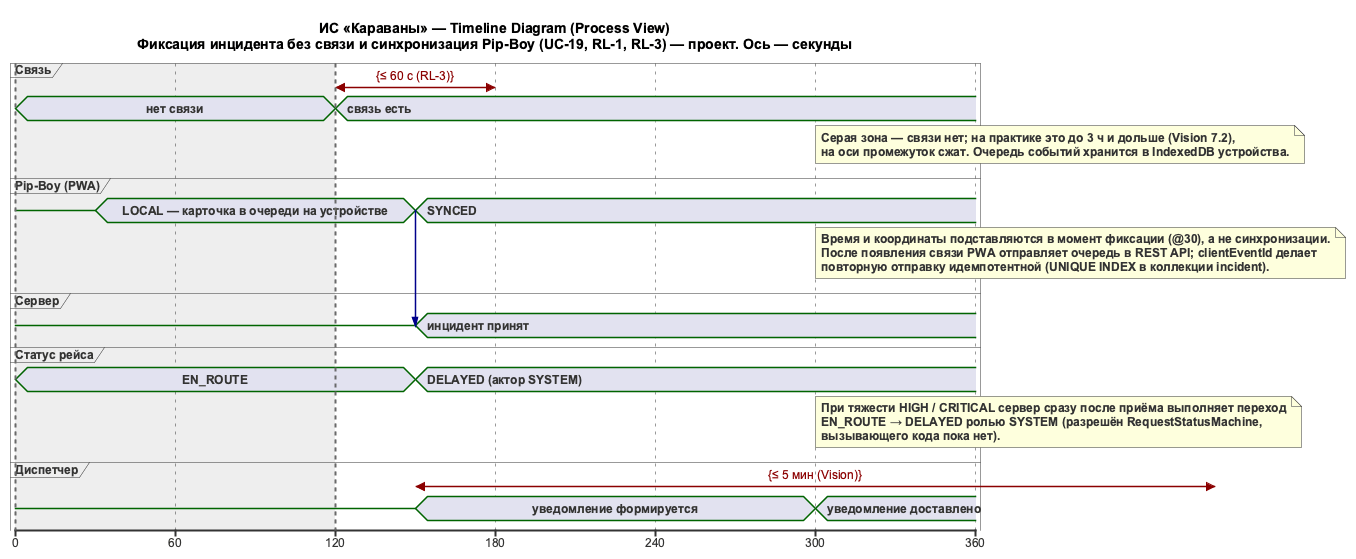
The PlantUML diagram docs/diagrams/out/TL_Field_ProcessView.png in granikartem/MPI, before a commit. Its diagram source:
```plantuml
@startuml TL_Field_ProcessView
skinparam defaultFontName Arial
skinparam defaultFontSize 12

title ИС «Караваны» — Timeline Diagram (Process View)\nФиксация инцидента без связи и синхронизация Pip-Boy (UC-19, RL-1, RL-3) — проект. Ось — секунды

scale 60 as 160 pixels

concise "Связь" as NET
concise "Pip-Boy (PWA)" as PB
concise "Сервер" as SRV
concise "Статус рейса" as TRIP
concise "Диспетчер" as DSP

@0
NET is "нет связи"
PB is {-}
SRV is {-}
TRIP is "EN_ROUTE"
DSP is {-}

@30
PB is "LOCAL — карточка в очереди на устройстве"

@120
NET is "связь есть"

@150
PB is "SYNCED"
SRV is "инцидент принят"
TRIP is "DELAYED (актор SYSTEM)"
DSP is "уведомление формируется"

@300
DSP is "уведомление доставлено"

PB@150 -> SRV@150
NET@120 <-> @180 : {≤ 60 с (RL-3)}
DSP@150 <-> @450 : {≤ 5 мин (Vision)}

highlight 0 to 120 #EEEEEE;line:DimGrey

note bottom of NET
  Серая зона — связи нет; на практике это до 3 ч и дольше (Vision 7.2),
  на оси промежуток сжат. Очередь событий хранится в IndexedDB устройства.
end note

note bottom of PB
  Время и координаты подставляются в момент фиксации (@30), а не синхронизации.
  После появления связи PWA отправляет очередь в REST API; clientEventId делает
  повторную отправку идемпотентной (UNIQUE INDEX в коллекции incident).
end note

note bottom of TRIP
  При тяжести HIGH / CRITICAL сервер сразу после приёма выполняет переход
  EN_ROUTE → DELAYED ролью SYSTEM (разрешён RequestStatusMachine,
  вызывающего кода пока нет).
end note
@enduml
```
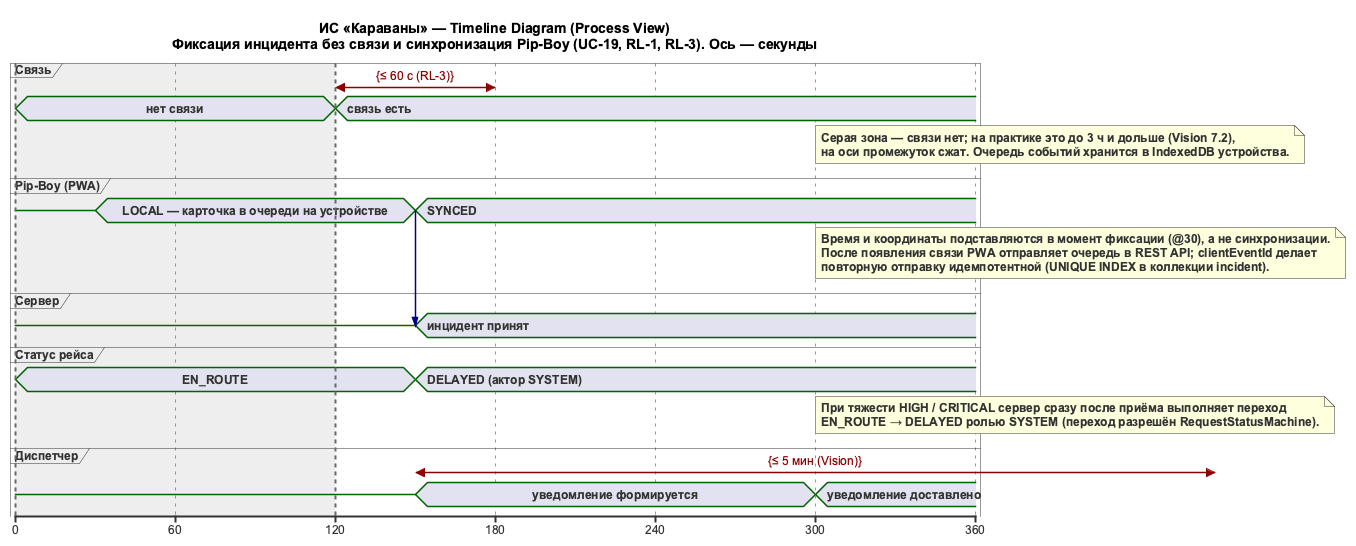
The same file after the commit.

Diff of the diagram source:
```diff
@@ -2,7 +2,7 @@
 skinparam defaultFontName Arial
 skinparam defaultFontSize 12
 
-title ИС «Караваны» — Timeline Diagram (Process View)\nФиксация инцидента без связи и синхронизация Pip-Boy (UC-19, RL-1, RL-3) — проект. Ось — секунды
+title ИС «Караваны» — Timeline Diagram (Process View)\nФиксация инцидента без связи и синхронизация Pip-Boy (UC-19, RL-1, RL-3). Ось — секунды
 
 scale 60 as 160 pixels
 
@@ -53,7 +53,6 @@
 
 note bottom of TRIP
   При тяжести HIGH / CRITICAL сервер сразу после приёма выполняет переход
-  EN_ROUTE → DELAYED ролью SYSTEM (разрешён RequestStatusMachine,
-  вызывающего кода пока нет).
+  EN_ROUTE → DELAYED ролью SYSTEM (переход разрешён RequestStatusMachine).
 end note
 @enduml
```
